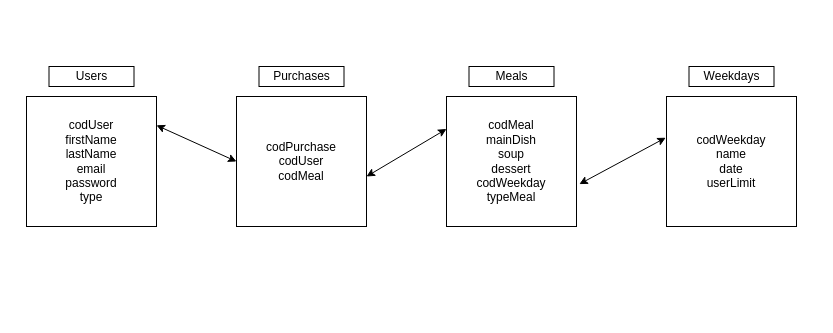
This is planificacao/database.drawio from JorickM/Senhas-Refeitorio, a draw.io file, before an edit. Source tidied: cells renumbered, new cells numbered last; positions are measured from the earlier drawing's top-left corner, leaving out a move shared by most shapes. Both pictures are drawn from the tidied source at 100%, with x=0, y=0 at pixel (26, 66).
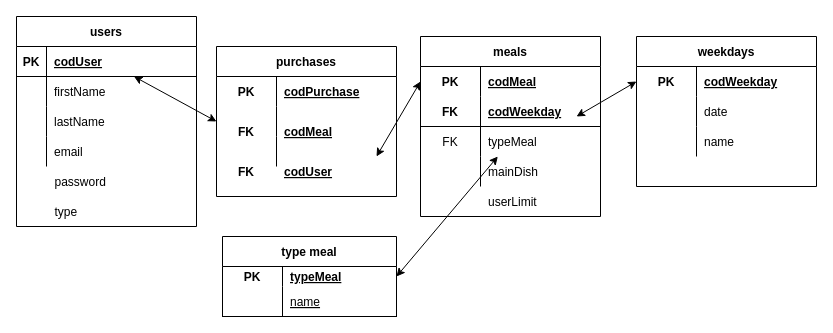
The same page after the edit.

Diff of the diagram source:
```diff
@@
-    <mxCell id="2" value="codMeal&lt;br&gt;mainDish&lt;br&gt;soup&lt;br&gt;dessert&lt;br&gt;codWeekday&lt;br&gt;typeMeal" style="rounded=0;whiteSpace=wrap;html=1;" parent="1" vertex="1">
-      <mxGeometry x="420" y="30" width="130" height="130" as="geometry" />
-    </mxCell>
-    <mxCell id="3" value="codWeekday&lt;br&gt;name&lt;br&gt;date&lt;br&gt;userLimit" style="rounded=0;whiteSpace=wrap;html=1;" parent="1" vertex="1">
-      <mxGeometry x="640" y="30" width="130" height="130" as="geometry" />
-    </mxCell>
-    <mxCell id="4" value="codUser&lt;br&gt;firstName&lt;br&gt;lastName&lt;br&gt;email&lt;br&gt;password&lt;br&gt;type" style="rounded=0;whiteSpace=wrap;html=1;" parent="1" vertex="1">
-      <mxGeometry y="30" width="130" height="130" as="geometry" />
-    </mxCell>
-    <mxCell id="5" style="endArrow=classic;startArrow=classic;html=1;rounded=0;entryX=-0.006;entryY=0.317;entryDx=0;entryDy=0;entryPerimeter=0;exitX=1.022;exitY=0.674;exitDx=0;exitDy=0;exitPerimeter=0;" parent="1" edge="1" source="2" target="3">
-      <mxGeometry relative="1" as="geometry" />
-    </mxCell>
-    <mxCell id="6" value="codPurchase&lt;br&gt;codUser&lt;br&gt;codMeal" style="rounded=0;whiteSpace=wrap;html=1;" parent="1" vertex="1">
-      <mxGeometry x="210" y="30" width="130" height="130" as="geometry" />
-    </mxCell>
-    <mxCell id="7" style="endArrow=classic;startArrow=classic;html=1;rounded=0;entryX=0;entryY=0.5;entryDx=0;entryDy=0;" parent="1" edge="1" target="6">
+    <mxCell id="7" style="endArrow=classic;startArrow=classic;html=1;rounded=0;entryX=0;entryY=0.5;entryDx=0;entryDy=0;" parent="1" edge="1" source="15">
       <mxGeometry relative="1" as="geometry">
-        <mxPoint x="130" y="58.8" as="sourcePoint" />
+        <mxPoint x="190" y="55" as="targetPoint" />
       </mxGeometry>
     </mxCell>
-    <mxCell id="8" style="endArrow=classic;startArrow=classic;html=1;rounded=0;entryX=0;entryY=0.25;entryDx=0;entryDy=0;" parent="1" edge="1" target="2">
-      <mxGeometry relative="1" as="geometry">
-        <mxPoint x="340" y="110" as="sourcePoint" />
-      </mxGeometry>
-    </mxCell>
-    <mxCell id="9" value="Users" style="rounded=0;whiteSpace=wrap;html=1;" parent="1" vertex="1">
-      <mxGeometry x="22.5" width="85" height="20" as="geometry" />
-    </mxCell>
-    <mxCell id="10" value="Purchases" style="rounded=0;whiteSpace=wrap;html=1;" parent="1" vertex="1">
-      <mxGeometry x="232.5" width="85" height="20" as="geometry" />
-    </mxCell>
-    <mxCell id="11" value="Meals" style="rounded=0;whiteSpace=wrap;html=1;" parent="1" vertex="1">
-      <mxGeometry x="442.5" width="85" height="20" as="geometry" />
-    </mxCell>
-    <mxCell id="12" value="Weekdays" style="rounded=0;whiteSpace=wrap;html=1;" parent="1" vertex="1">
-      <mxGeometry x="662.5" width="85" height="20" as="geometry" />
-    </mxCell>
+    <mxCell id="13" style="group;" parent="1" vertex="1">
+      <mxGeometry x="-10" y="-50" width="180.5" height="210" as="geometry" />
+    </mxCell>
+    <mxCell id="14" value="users" style="shape=table;startSize=30;childLayout=tableLayout;rowLines=0;fontStyle=1;align=center;" parent="13" vertex="1">
+      <mxGeometry width="180" height="210" as="geometry" />
+    </mxCell>
+    <mxCell id="15" style="shape=partialRectangle;fillColor=none;top=0;left=0;bottom=1;right=0;points=[[0,0.5],[1,0.5]];portConstraint=eastwest;" parent="14" vertex="1">
+      <mxGeometry y="30" width="180" height="30" as="geometry" />
+    </mxCell>
+    <mxCell id="16" value="PK" style="shape=partialRectangle;fillColor=none;top=0;left=0;bottom=0;right=0;fontStyle=1;overflow=hidden;" parent="15" vertex="1">
+      <mxGeometry width="30" height="30" as="geometry" />
+    </mxCell>
+    <mxCell id="17" value="codUser" style="shape=partialRectangle;fillColor=none;top=0;left=0;bottom=0;right=0;align=left;spacingLeft=6;fontStyle=5;overflow=hidden;" parent="15" vertex="1">
+      <mxGeometry x="30" width="150" height="30" as="geometry" />
+    </mxCell>
+    <mxCell id="18" style="shape=partialRectangle;fillColor=none;top=0;left=0;bottom=0;right=0;" parent="14" vertex="1">
+      <mxGeometry y="60" width="180" height="30" as="geometry" />
+    </mxCell>
+    <mxCell id="19" style="shape=partialRectangle;fillColor=none;top=0;left=0;bottom=0;right=0;overflow=hidden;" parent="18" vertex="1">
+      <mxGeometry width="30" height="30" as="geometry" />
+    </mxCell>
+    <mxCell id="20" value="firstName" style="shape=partialRectangle;fillColor=none;top=0;left=0;bottom=0;right=0;align=left;spacingLeft=6;overflow=hidden;" parent="18" vertex="1">
+      <mxGeometry x="30" width="150" height="30" as="geometry" />
+    </mxCell>
+    <mxCell id="21" style="shape=partialRectangle;fillColor=none;top=0;left=0;bottom=0;right=0;" parent="14" vertex="1">
+      <mxGeometry y="90" width="180" height="30" as="geometry" />
+    </mxCell>
+    <mxCell id="22" style="shape=partialRectangle;fillColor=none;top=0;left=0;bottom=0;right=0;overflow=hidden;" parent="21" vertex="1">
+      <mxGeometry width="30" height="30" as="geometry" />
+    </mxCell>
+    <mxCell id="23" value="lastName" style="shape=partialRectangle;fillColor=none;top=0;left=0;bottom=0;right=0;align=left;spacingLeft=6;overflow=hidden;" parent="21" vertex="1">
+      <mxGeometry x="30" width="150" height="30" as="geometry" />
+    </mxCell>
+    <mxCell id="24" style="shape=partialRectangle;fillColor=none;top=0;left=0;bottom=0;right=0;" parent="14" vertex="1">
+      <mxGeometry y="120" width="180" height="30" as="geometry" />
+    </mxCell>
+    <mxCell id="25" style="shape=partialRectangle;fillColor=none;top=0;left=0;bottom=0;right=0;overflow=hidden;" parent="24" vertex="1">
+      <mxGeometry width="30" height="30" as="geometry" />
+    </mxCell>
+    <mxCell id="26" value="email" style="shape=partialRectangle;fillColor=none;top=0;left=0;bottom=0;right=0;align=left;spacingLeft=6;overflow=hidden;" parent="24" vertex="1">
+      <mxGeometry x="30" width="150" height="30" as="geometry" />
+    </mxCell>
+    <mxCell id="27" value="password" style="shape=partialRectangle;fillColor=none;top=0;left=0;bottom=0;right=0;align=left;spacingLeft=6;overflow=hidden;" parent="13" vertex="1">
+      <mxGeometry x="30.5" y="150" width="150" height="30" as="geometry" />
+    </mxCell>
+    <mxCell id="28" value="type" style="shape=partialRectangle;fillColor=none;top=0;left=0;bottom=0;right=0;align=left;spacingLeft=6;overflow=hidden;" parent="13" vertex="1">
+      <mxGeometry x="30.5" y="180" width="150" height="30" as="geometry" />
+    </mxCell>
+    <mxCell id="29" style="group;" parent="1" vertex="1">
+      <mxGeometry x="350" y="-170" width="180" height="180" as="geometry" />
+    </mxCell>
+    <mxCell id="30" style="group;" parent="29" vertex="1">
+      <mxGeometry x="44" y="140" width="180" height="180" as="geometry" />
+    </mxCell>
+    <mxCell id="31" value="meals" style="shape=table;startSize=30;childLayout=tableLayout;rowLines=0;fontStyle=1;align=center;" parent="30" vertex="1">
+      <mxGeometry width="180" height="180" as="geometry" />
+    </mxCell>
+    <mxCell id="32" style="shape=partialRectangle;fillColor=none;top=0;left=0;bottom=0;right=0;points=[[0,0.5],[1,0.5]];portConstraint=eastwest;" parent="31" vertex="1">
+      <mxGeometry y="30" width="180" height="30" as="geometry" />
+    </mxCell>
+    <mxCell id="33" value="PK" style="shape=partialRectangle;fillColor=none;top=0;left=0;bottom=0;right=0;fontStyle=1;overflow=hidden;" parent="32" vertex="1">
+      <mxGeometry width="60" height="30" as="geometry" />
+    </mxCell>
+    <mxCell id="34" value="codMeal" style="shape=partialRectangle;fillColor=none;top=0;left=0;bottom=0;right=0;align=left;spacingLeft=6;fontStyle=5;overflow=hidden;" parent="32" vertex="1">
+      <mxGeometry x="60" width="120" height="30" as="geometry" />
+    </mxCell>
+    <mxCell id="35" style="shape=partialRectangle;fillColor=none;top=0;left=0;bottom=1;right=0;" parent="31" vertex="1">
+      <mxGeometry y="60" width="180" height="30" as="geometry" />
+    </mxCell>
+    <mxCell id="36" value="FK" style="shape=partialRectangle;fillColor=none;top=0;left=0;bottom=0;right=0;fontStyle=1;overflow=hidden;" parent="35" vertex="1">
+      <mxGeometry width="60" height="30" as="geometry" />
+    </mxCell>
+    <mxCell id="37" value="codWeekday" style="shape=partialRectangle;fillColor=none;top=0;left=0;bottom=0;right=0;align=left;spacingLeft=6;fontStyle=5;overflow=hidden;" parent="35" vertex="1">
+      <mxGeometry x="60" width="120" height="30" as="geometry" />
+    </mxCell>
+    <mxCell id="38" style="shape=partialRectangle;fillColor=none;top=0;left=0;bottom=0;right=0;points=[[0,0.5],[1,0.5]];portConstraint=eastwest;" parent="31" vertex="1">
+      <mxGeometry y="90" width="180" height="30" as="geometry" />
+    </mxCell>
+    <mxCell id="39" value="FK" style="shape=partialRectangle;fillColor=none;top=0;left=0;bottom=0;right=0;overflow=hidden;" parent="38" vertex="1">
+      <mxGeometry width="60" height="30" as="geometry" />
+    </mxCell>
+    <mxCell id="40" value="typeMeal" style="shape=partialRectangle;fillColor=none;top=0;left=0;bottom=0;right=0;align=left;spacingLeft=6;overflow=hidden;" parent="38" vertex="1">
+      <mxGeometry x="60" width="120" height="30" as="geometry" />
+    </mxCell>
+    <mxCell id="41" style="shape=partialRectangle;fillColor=none;top=0;left=0;bottom=0;right=0;" parent="31" vertex="1">
+      <mxGeometry y="120" width="180" height="30" as="geometry" />
+    </mxCell>
+    <mxCell id="42" style="shape=partialRectangle;fillColor=none;top=0;left=0;bottom=0;right=0;overflow=hidden;" parent="41" vertex="1">
+      <mxGeometry width="60" height="30" as="geometry" />
+    </mxCell>
+    <mxCell id="43" value="mainDish" style="shape=partialRectangle;fillColor=none;top=0;left=0;bottom=0;right=0;align=left;spacingLeft=6;overflow=hidden;" parent="41" vertex="1">
+      <mxGeometry x="60" width="120" height="30" as="geometry" />
+    </mxCell>
+    <mxCell id="44" value="userLimit" style="shape=partialRectangle;fillColor=none;top=0;left=0;bottom=0;right=0;align=left;spacingLeft=6;overflow=hidden;" parent="30" vertex="1">
+      <mxGeometry x="60" y="150" width="120" height="30" as="geometry" />
+    </mxCell>
+    <mxCell id="45" style="endArrow=classic;startArrow=classic;html=1;rounded=0;entryX=0;entryY=0.5;entryDx=0;entryDy=0;" parent="30" edge="1" target="32">
+      <mxGeometry relative="1" as="geometry">
+        <mxPoint x="-44" y="120" as="sourcePoint" />
+      </mxGeometry>
+    </mxCell>
+    <mxCell id="46" value="weekdays" style="shape=table;startSize=30;childLayout=tableLayout;rowLines=0;fontStyle=1;align=center;" parent="1" vertex="1">
+      <mxGeometry x="610" y="-30" width="180" height="150" as="geometry" />
+    </mxCell>
+    <mxCell id="47" style="shape=partialRectangle;fillColor=none;top=0;left=0;bottom=0;right=0;points=[[0,0.5],[1,0.5]];portConstraint=eastwest;" parent="46" vertex="1">
+      <mxGeometry y="30" width="180" height="30" as="geometry" />
+    </mxCell>
+    <mxCell id="48" value="PK" style="shape=partialRectangle;fillColor=none;top=0;left=0;bottom=0;right=0;fontStyle=1;overflow=hidden;" parent="47" vertex="1">
+      <mxGeometry width="60" height="30" as="geometry" />
+    </mxCell>
+    <mxCell id="49" value="codWeekday" style="shape=partialRectangle;fillColor=none;top=0;left=0;bottom=0;right=0;align=left;spacingLeft=6;fontStyle=5;overflow=hidden;" parent="47" vertex="1">
+      <mxGeometry x="60" width="120" height="30" as="geometry" />
+    </mxCell>
+    <mxCell id="50" style="shape=partialRectangle;fillColor=none;top=0;left=0;bottom=0;right=0;" parent="46" vertex="1">
+      <mxGeometry y="60" width="180" height="30" as="geometry" />
+    </mxCell>
+    <mxCell id="51" style="shape=partialRectangle;fillColor=none;top=0;left=0;bottom=0;right=0;overflow=hidden;" parent="50" vertex="1">
+      <mxGeometry width="60" height="30" as="geometry" />
+    </mxCell>
+    <mxCell id="52" value="date" style="shape=partialRectangle;fillColor=none;top=0;left=0;bottom=0;right=0;align=left;spacingLeft=6;overflow=hidden;" parent="50" vertex="1">
+      <mxGeometry x="60" width="120" height="30" as="geometry" />
+    </mxCell>
+    <mxCell id="53" style="shape=partialRectangle;fillColor=none;top=0;left=0;bottom=0;right=0;" parent="46" vertex="1">
+      <mxGeometry y="90" width="180" height="30" as="geometry" />
+    </mxCell>
+    <mxCell id="54" style="shape=partialRectangle;fillColor=none;top=0;left=0;bottom=0;right=0;overflow=hidden;" parent="53" vertex="1">
+      <mxGeometry width="60" height="30" as="geometry" />
+    </mxCell>
+    <mxCell id="55" style="shape=partialRectangle;fillColor=none;top=0;left=0;bottom=0;right=0;align=left;spacingLeft=6;overflow=hidden;" parent="53" vertex="1">
+      <mxGeometry x="60" width="120" height="30" as="geometry" />
+    </mxCell>
+    <mxCell id="56" value="type meal" style="shape=table;startSize=30;childLayout=tableLayout;rowLines=0;fontStyle=1;align=center;strokeColor=default;" parent="1" vertex="1">
+      <mxGeometry x="196" y="170" width="174" height="80" as="geometry" />
+    </mxCell>
+    <mxCell id="57" style="shape=partialRectangle;fillColor=none;top=0;left=0;bottom=0;right=0;points=[[0,0.5],[1,0.5]];portConstraint=eastwest;" parent="56" vertex="1">
+      <mxGeometry y="30" width="174" height="20" as="geometry" />
+    </mxCell>
+    <mxCell id="58" value="PK" style="shape=partialRectangle;fillColor=none;top=0;left=0;bottom=0;right=0;fontStyle=1;overflow=hidden;" parent="57" vertex="1">
+      <mxGeometry width="60" height="20" as="geometry" />
+    </mxCell>
+    <mxCell id="59" value="typeMeal" style="shape=partialRectangle;fillColor=none;top=0;left=0;bottom=0;right=0;align=left;spacingLeft=6;fontStyle=5;overflow=hidden;" parent="57" vertex="1">
+      <mxGeometry x="60" width="114" height="20" as="geometry" />
+    </mxCell>
+    <mxCell id="60" style="shape=partialRectangle;fillColor=none;top=0;left=0;bottom=1;right=0;" parent="56" vertex="1">
+      <mxGeometry y="50" width="174" height="30" as="geometry" />
+    </mxCell>
+    <mxCell id="61" style="shape=partialRectangle;fillColor=none;top=0;left=0;bottom=0;right=0;fontStyle=1;overflow=hidden;" parent="60" vertex="1">
+      <mxGeometry width="60" height="30" as="geometry" />
+    </mxCell>
+    <mxCell id="62" value="name" style="shape=partialRectangle;fillColor=none;top=0;left=0;bottom=0;right=0;align=left;spacingLeft=6;fontStyle=4;overflow=hidden;fontColor=default;" parent="60" vertex="1">
+      <mxGeometry x="60" width="114" height="30" as="geometry" />
+    </mxCell>
+    <mxCell id="63" style="endArrow=classic;startArrow=classic;html=1;rounded=0;entryX=0;entryY=0.5;entryDx=0;entryDy=0;" parent="1" edge="1" target="47">
+      <mxGeometry relative="1" as="geometry">
+        <mxPoint x="550" y="50" as="sourcePoint" />
+      </mxGeometry>
+    </mxCell>
+    <mxCell id="64" value="name" style="shape=partialRectangle;fillColor=none;top=0;left=0;bottom=0;right=0;align=left;spacingLeft=6;overflow=hidden;" parent="1" vertex="1">
+      <mxGeometry x="670" y="60" width="120" height="30" as="geometry" />
+    </mxCell>
+    <mxCell id="65" style="endArrow=classic;startArrow=classic;html=1;rounded=0;entryX=1;entryY=0.5;entryDx=0;entryDy=0;" parent="1" edge="1" source="38" target="57">
+      <mxGeometry relative="1" as="geometry" />
+    </mxCell>
+    <mxCell id="66" value="purchases" style="shape=table;startSize=30;childLayout=tableLayout;rowLines=0;fontStyle=1;align=center;strokeColor=default;" parent="1" vertex="1">
+      <mxGeometry x="190" y="-20" width="180" height="150" as="geometry" />
+    </mxCell>
+    <mxCell id="67" style="shape=partialRectangle;fillColor=none;top=0;left=0;bottom=0;right=0;" parent="66" vertex="1">
+      <mxGeometry y="30" width="180" height="30" as="geometry" />
+    </mxCell>
+    <mxCell id="68" value="PK" style="shape=partialRectangle;fillColor=none;top=0;left=0;bottom=0;right=0;fontStyle=1;overflow=hidden;" parent="67" vertex="1">
+      <mxGeometry width="60" height="30" as="geometry" />
+    </mxCell>
+    <mxCell id="69" value="codPurchase" style="shape=partialRectangle;fillColor=none;top=0;left=0;bottom=0;right=0;align=left;spacingLeft=6;fontStyle=5;overflow=hidden;" parent="67" vertex="1">
+      <mxGeometry x="60" width="120" height="30" as="geometry" />
+    </mxCell>
+    <mxCell id="70" style="shape=partialRectangle;fillColor=none;top=0;left=0;bottom=0;right=0;" parent="66" vertex="1">
+      <mxGeometry y="60" width="180" height="30" as="geometry" />
+    </mxCell>
+    <mxCell id="71" style="shape=partialRectangle;fillColor=none;top=0;left=0;bottom=0;right=0;overflow=hidden;" parent="70" vertex="1">
+      <mxGeometry width="60" height="30" as="geometry" />
+    </mxCell>
+    <mxCell id="72" style="shape=partialRectangle;fillColor=none;top=0;left=0;bottom=0;right=0;align=left;spacingLeft=6;overflow=hidden;" parent="70" vertex="1">
+      <mxGeometry x="60" width="120" height="30" as="geometry" />
+    </mxCell>
+    <mxCell id="73" style="shape=partialRectangle;fillColor=none;top=0;left=0;bottom=0;right=0;" parent="66" vertex="1">
+      <mxGeometry y="90" width="180" height="30" as="geometry" />
+    </mxCell>
+    <mxCell id="74" style="shape=partialRectangle;fillColor=none;top=0;left=0;bottom=0;right=0;overflow=hidden;" parent="73" vertex="1">
+      <mxGeometry width="60" height="30" as="geometry" />
+    </mxCell>
+    <mxCell id="75" style="shape=partialRectangle;fillColor=none;top=0;left=0;bottom=0;right=0;align=left;spacingLeft=6;overflow=hidden;" parent="73" vertex="1">
+      <mxGeometry x="60" width="120" height="30" as="geometry" />
+    </mxCell>
+    <mxCell id="76" value="codMeal" style="shape=partialRectangle;fillColor=none;top=0;left=0;bottom=0;right=0;align=left;spacingLeft=6;fontStyle=5;overflow=hidden;strokeColor=none;" parent="1" vertex="1">
+      <mxGeometry x="250" y="50" width="120" height="30" as="geometry" />
+    </mxCell>
+    <mxCell id="77" value="codUser" style="shape=partialRectangle;fillColor=none;top=0;left=0;bottom=0;right=0;align=left;spacingLeft=6;fontStyle=5;overflow=hidden;strokeColor=none;" parent="1" vertex="1">
+      <mxGeometry x="250" y="90" width="120" height="30" as="geometry" />
+    </mxCell>
+    <mxCell id="78" value="FK" style="shape=partialRectangle;fillColor=none;top=0;left=0;bottom=0;right=0;fontStyle=1;overflow=hidden;" parent="1" vertex="1">
+      <mxGeometry x="190" y="50" width="60" height="30" as="geometry" />
+    </mxCell>
+    <mxCell id="79" value="FK" style="shape=partialRectangle;fillColor=none;top=0;left=0;bottom=0;right=0;fontStyle=1;overflow=hidden;" parent="1" vertex="1">
+      <mxGeometry x="190" y="90" width="60" height="30" as="geometry" />
+    </mxCell>
```
